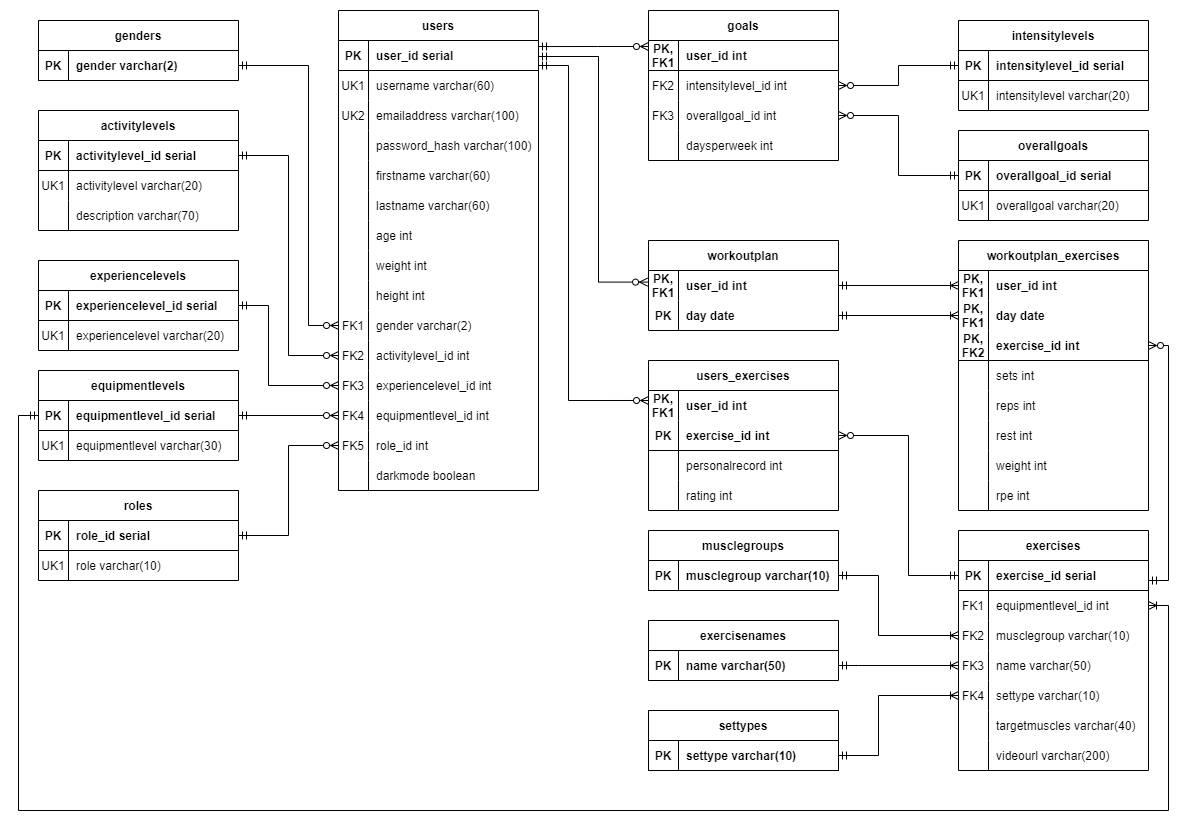
Above: db-related/ER_diagram.png in deanpayne6/fitForgeBackEnd (draw.io), before the change. Source tidied: cells renumbered, new cells last; positions are measured from the earlier drawing's top-left corner, leaving out a move shared by most shapes.
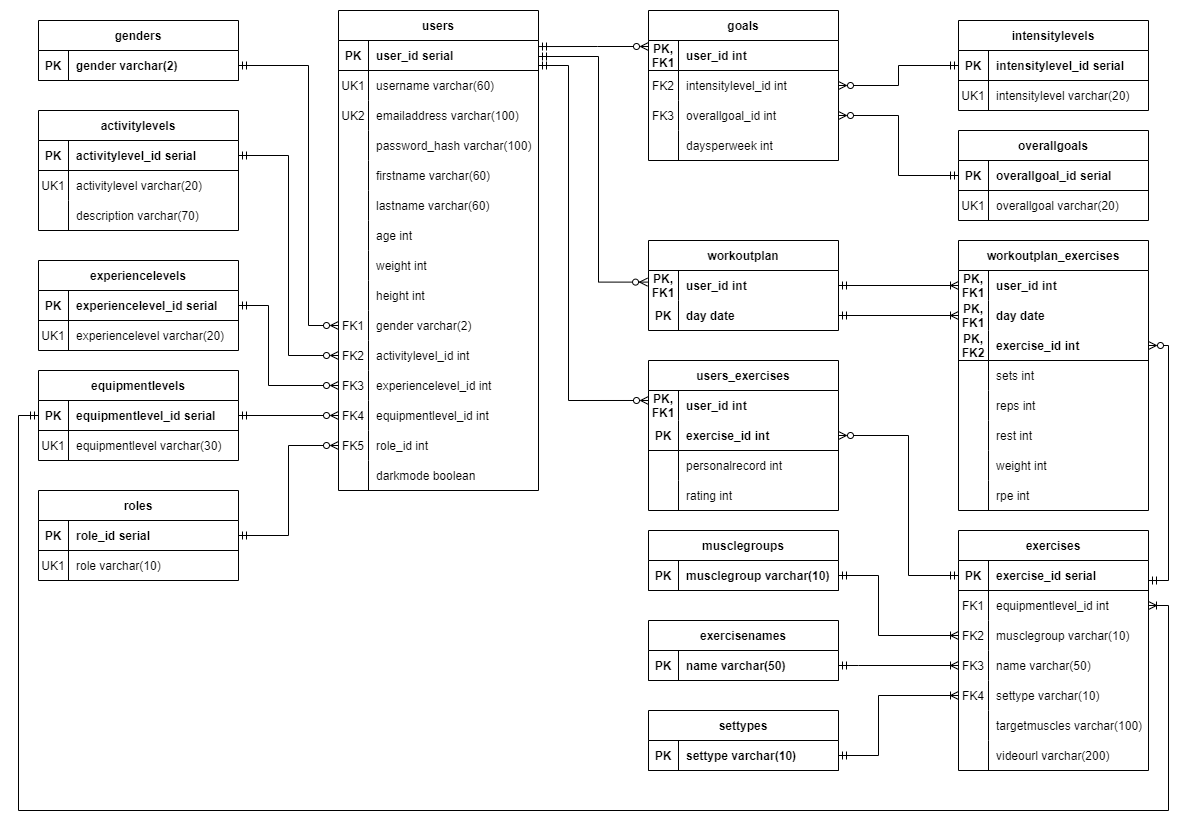
The same diagram one commit later.

Diff of the diagram source:
```diff
@@ -446,7 +446,7 @@
     <mxCell id="142" style="shape=partialRectangle;fillColor=none;top=0;left=0;bottom=0;right=0;overflow=hidden;strokeColor=default;" parent="141" vertex="1">
       <mxGeometry width="30" height="30" as="geometry" />
     </mxCell>
-    <mxCell id="143" value="targetmuscles varchar(40)" style="shape=partialRectangle;fillColor=none;top=0;left=0;bottom=0;right=0;align=left;spacingLeft=6;overflow=hidden;strokeColor=default;" parent="141" vertex="1">
+    <mxCell id="143" value="targetmuscles varchar(100)" style="shape=partialRectangle;fillColor=none;top=0;left=0;bottom=0;right=0;align=left;spacingLeft=6;overflow=hidden;strokeColor=default;" parent="141" vertex="1">
       <mxGeometry x="30" width="160" height="30" as="geometry" />
     </mxCell>
     <mxCell id="144" style="shape=tableRow;horizontal=0;startSize=0;swimlaneHead=0;swimlaneBody=0;fillColor=none;top=0;left=0;right=0;bottom=0;strokeColor=default;" parent="125" vertex="1">
```
